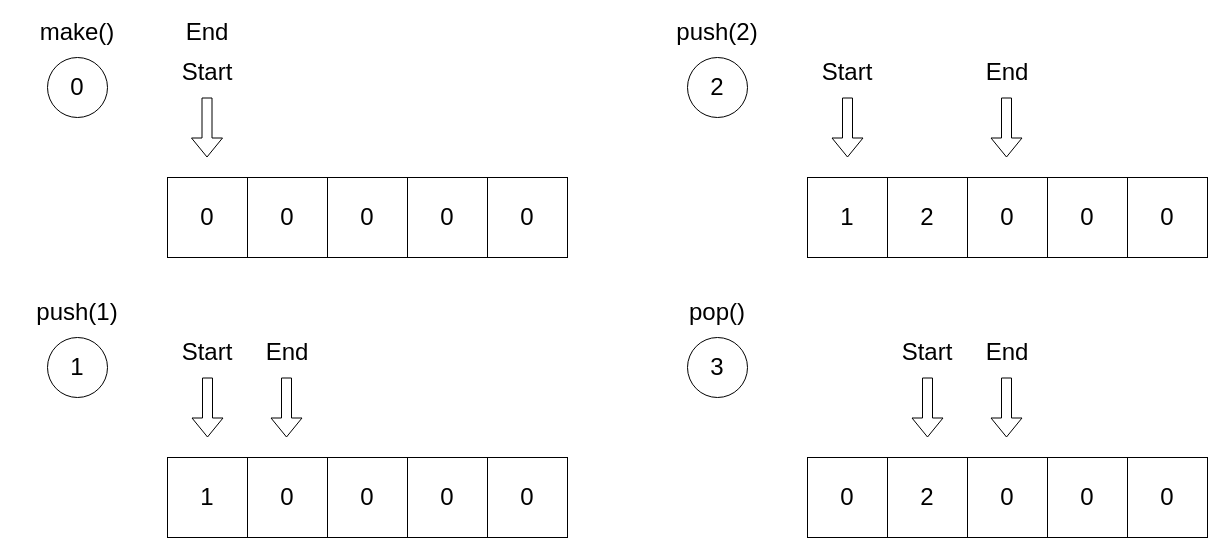
moonbitlang/moonbit-course keeps this draw.io diagram as course8/circle_list.drawio. Above is the earlier version. Source tidied: cells renumbered, new cells numbered last; positions are measured from the earlier drawing's top-left corner, leaving out a move shared by most shapes. Both pictures are drawn from the tidied source at 100%, with x=0, y=0 at pixel (17, 17).
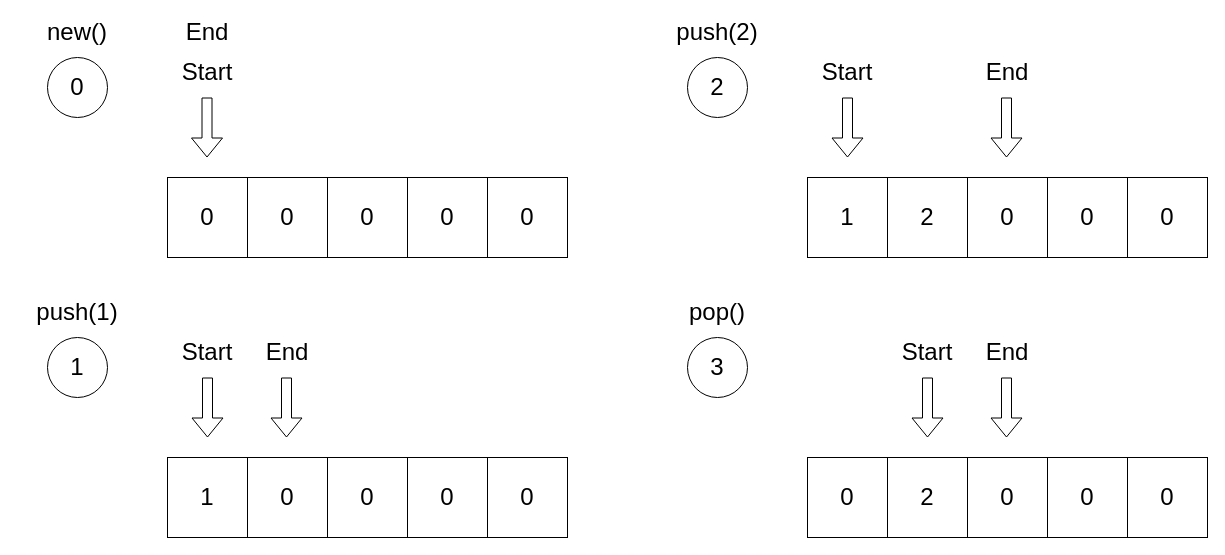
After the change.

Change to the diagram source:
```diff
@@
-    <mxCell id="18" value="&lt;font style=&quot;font-size: 24px;&quot;&gt;make()&lt;/font&gt;" style="text;html=1;strokeColor=none;fillColor=none;align=center;verticalAlign=middle;whiteSpace=wrap;rounded=0;" parent="1" vertex="1">
+    <mxCell id="18" value="&lt;font style=&quot;font-size: 24px;&quot;&gt;new()&lt;/font&gt;" style="text;html=1;strokeColor=none;fillColor=none;align=center;verticalAlign=middle;whiteSpace=wrap;rounded=0;" parent="1" vertex="1">
       <mxGeometry width="120" height="30" as="geometry" />
     </mxCell>
```
